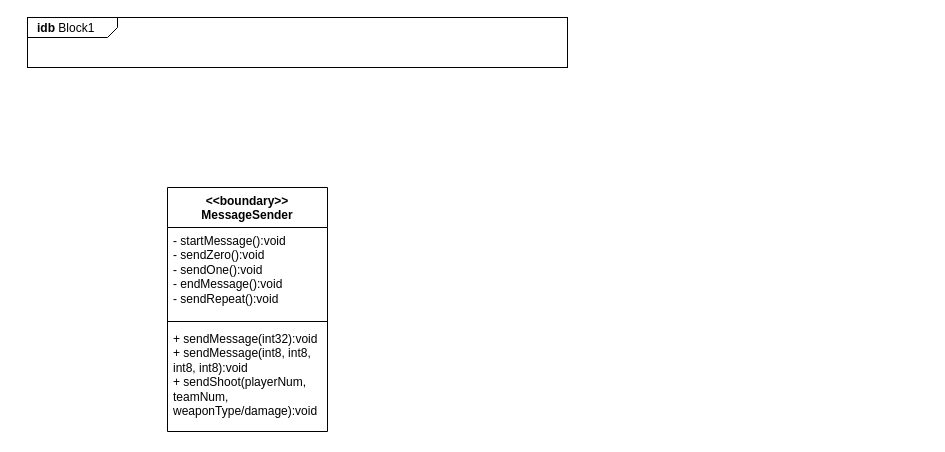
Before: Diagrams/Drawio/CD_MessageSender.drawio in toob01/LaserGameHU, a draw.io diagram. Source tidied: cells renumbered, new cells numbered last; positions are measured from the earlier drawing's top-left corner, leaving out a move shared by most shapes. Both pictures are drawn from the tidied source at 100%, with x=0, y=0 at pixel (27, 17).
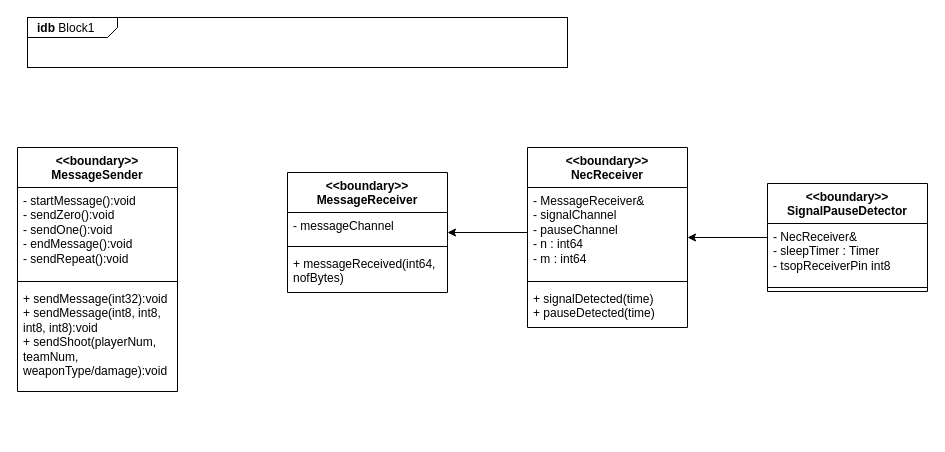
The same diagram, later.

What changed in the source:
```diff
@@
 <mxGraphModel>
   <root>
     <mxCell id="0" />
     <mxCell id="1" parent="0" />
     <mxCell id="2" value="&lt;p style=&quot;margin:0px;margin-top:4px;margin-left:10px;text-align:left;&quot;&gt;&lt;b&gt;idb&lt;/b&gt;   Block1&lt;/p&gt;" style="html=1;shape=mxgraph.sysml.package;html=1;overflow=fill;whiteSpace=wrap;" parent="1" vertex="1">
       <mxGeometry width="540" height="50" as="geometry" />
     </mxCell>
     <mxCell id="3" value="&amp;lt;&amp;lt;boundary&amp;gt;&amp;gt;&lt;br&gt;MessageSender" style="swimlane;fontStyle=1;align=center;verticalAlign=top;horizontal=1;startSize=40;whiteSpace=wrap;html=1;" parent="1" vertex="1">
-      <mxGeometry x="140" y="170" width="160" height="244" as="geometry" />
+      <mxGeometry x="-10" y="130" width="160" height="244" as="geometry" />
     </mxCell>
     <mxCell id="4" value="- startMessage():void&lt;br&gt;- sendZero():void&lt;br&gt;- sendOne():void&lt;br&gt;- endMessage():void&lt;br&gt;- sendRepeat():void" style="text;strokeColor=none;fillColor=none;align=left;verticalAlign=top;spacingLeft=4;spacingRight=4;overflow=hidden;whiteSpace=wrap;html=1;" parent="3" vertex="1">
       <mxGeometry y="40" width="160" height="90" as="geometry" />
     </mxCell>
     <mxCell id="5" style="line;strokeWidth=1;fillColor=none;align=left;verticalAlign=middle;spacingTop=-1;spacingLeft=3;spacingRight=3;labelPosition=right;strokeColor=inherit;" parent="3" vertex="1">
       <mxGeometry y="130" width="160" height="8" as="geometry" />
     </mxCell>
     <mxCell id="6" value="+ sendMessage(int32):void&lt;br style=&quot;border-color: var(--border-color);&quot;&gt;+ sendMessage(int8, int8, int8, int8):void&lt;br style=&quot;border-color: var(--border-color);&quot;&gt;+ sendShoot(playerNum, teamNum, weaponType/damage):void" style="text;strokeColor=none;fillColor=none;align=left;verticalAlign=top;spacingLeft=4;spacingRight=4;overflow=hidden;whiteSpace=wrap;html=1;" parent="3" vertex="1">
       <mxGeometry y="138" width="160" height="106" as="geometry" />
     </mxCell>
+    <mxCell id="7" value="&amp;lt;&amp;lt;boundary&amp;gt;&amp;gt;&lt;br&gt;MessageReceiver" style="swimlane;fontStyle=1;align=center;verticalAlign=top;horizontal=1;startSize=40;whiteSpace=wrap;html=1;" parent="1" vertex="1">
+      <mxGeometry x="260" y="155" width="160" height="120" as="geometry" />
+    </mxCell>
+    <mxCell id="8" value="- messageChannel" style="text;strokeColor=none;fillColor=none;align=left;verticalAlign=top;spacingLeft=4;spacingRight=4;overflow=hidden;whiteSpace=wrap;html=1;" parent="7" vertex="1">
+      <mxGeometry y="40" width="160" height="30" as="geometry" />
+    </mxCell>
+    <mxCell id="9" style="line;strokeWidth=1;fillColor=none;align=left;verticalAlign=middle;spacingTop=-1;spacingLeft=3;spacingRight=3;labelPosition=right;strokeColor=inherit;" parent="7" vertex="1">
+      <mxGeometry y="70" width="160" height="8" as="geometry" />
+    </mxCell>
+    <mxCell id="10" value="+ messageReceived(int64, nofBytes)" style="text;strokeColor=none;fillColor=none;align=left;verticalAlign=top;spacingLeft=4;spacingRight=4;overflow=hidden;whiteSpace=wrap;html=1;" parent="7" vertex="1">
+      <mxGeometry y="78" width="160" height="42" as="geometry" />
+    </mxCell>
+    <mxCell id="11" value="&amp;lt;&amp;lt;boundary&amp;gt;&amp;gt;&lt;br&gt;NecReceiver" style="swimlane;fontStyle=1;align=center;verticalAlign=top;horizontal=1;startSize=40;whiteSpace=wrap;html=1;" parent="1" vertex="1">
+      <mxGeometry x="500" y="130" width="160" height="180" as="geometry" />
+    </mxCell>
+    <mxCell id="12" value="- MessageReceiver&amp;amp;&lt;br&gt;- signalChannel&lt;br&gt;- pauseChannel&lt;br&gt;- n : int64&lt;br&gt;- m : int64" style="text;strokeColor=none;fillColor=none;align=left;verticalAlign=top;spacingLeft=4;spacingRight=4;overflow=hidden;points=[[0,0.5],[1,0.5]];portConstraint=eastwest;whiteSpace=wrap;html=1;" parent="11" vertex="1">
+      <mxGeometry y="40" width="160" height="90" as="geometry" />
+    </mxCell>
+    <mxCell id="13" style="line;strokeWidth=1;fillColor=none;align=left;verticalAlign=middle;spacingTop=-1;spacingLeft=3;spacingRight=3;labelPosition=right;strokeColor=inherit;" parent="11" vertex="1">
+      <mxGeometry y="130" width="160" height="8" as="geometry" />
+    </mxCell>
+    <mxCell id="14" value="+ signalDetected(time)&lt;br&gt;+ pauseDetected(time)" style="text;strokeColor=none;fillColor=none;align=left;verticalAlign=top;spacingLeft=4;spacingRight=4;overflow=hidden;whiteSpace=wrap;html=1;" parent="11" vertex="1">
+      <mxGeometry y="138" width="160" height="42" as="geometry" />
+    </mxCell>
+    <mxCell id="15" style="edgeStyle=orthogonalEdgeStyle;rounded=0;jettySize=auto;html=1;" parent="1" edge="1" source="16" target="11">
+      <mxGeometry relative="1" as="geometry" />
+    </mxCell>
+    <mxCell id="16" value="&amp;lt;&amp;lt;boundary&amp;gt;&amp;gt;&lt;br&gt;SignalPauseDetector" style="swimlane;fontStyle=1;align=center;verticalAlign=top;horizontal=1;startSize=40;whiteSpace=wrap;html=1;" parent="1" vertex="1">
+      <mxGeometry x="740" y="166" width="160" height="108" as="geometry" />
+    </mxCell>
+    <mxCell id="17" value="- NecReceiver&amp;amp;&lt;br&gt;- sleepTimer : Timer&lt;br&gt;- tsopReceiverPin int8" style="text;strokeColor=none;fillColor=none;align=left;verticalAlign=top;spacingLeft=4;spacingRight=4;overflow=hidden;whiteSpace=wrap;html=1;" parent="16" vertex="1">
+      <mxGeometry y="40" width="160" height="60" as="geometry" />
+    </mxCell>
+    <mxCell id="18" style="line;strokeWidth=1;fillColor=none;align=left;verticalAlign=middle;spacingTop=-1;spacingLeft=3;spacingRight=3;labelPosition=right;strokeColor=inherit;" parent="16" vertex="1">
+      <mxGeometry y="100" width="160" height="8" as="geometry" />
+    </mxCell>
+    <mxCell id="19" style="edgeStyle=orthogonalEdgeStyle;rounded=0;jettySize=auto;html=1;" parent="1" edge="1" source="12" target="7">
+      <mxGeometry relative="1" as="geometry" />
+    </mxCell>
   </root>
 </mxGraphModel>
```
